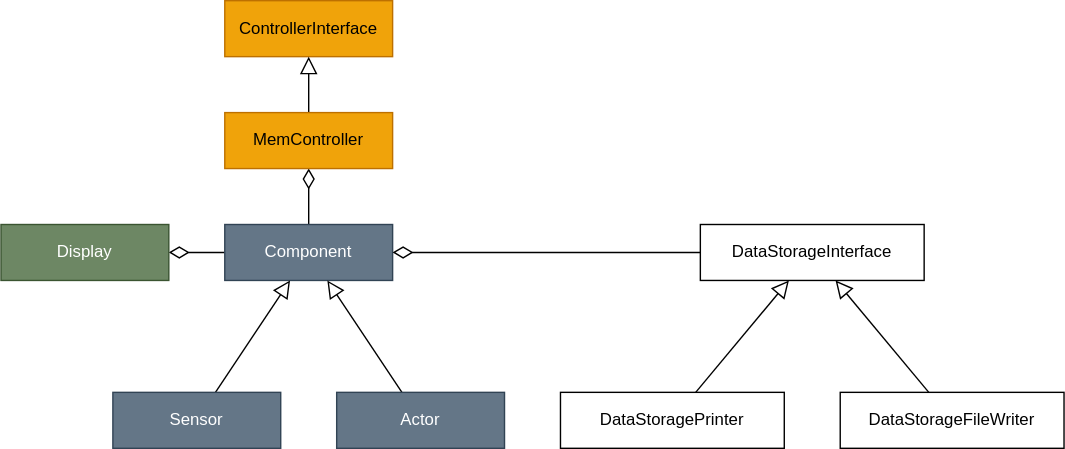
PBahner/LF17-Sensoranwendung keeps this draw.io diagram as mkdocs/docs/images/class_overview.svg. Above is the earlier version. Source tidied: cells renumbered, new cells last; positions are measured from the earlier drawing's top-left corner, leaving out a move shared by most shapes.
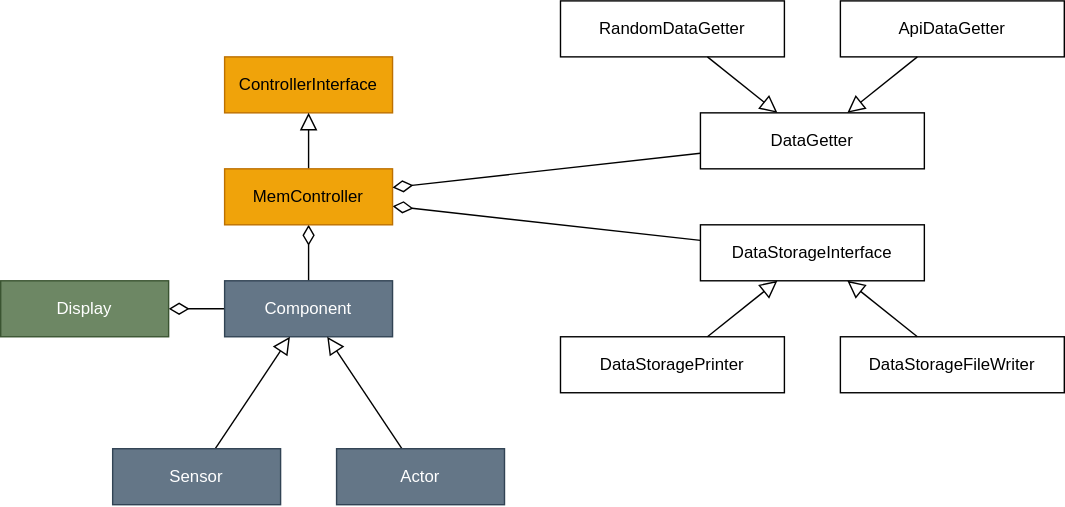
After the change.

Commit message:
specify programming task, fix class overview

Diff of the diagram source:
```diff
@@ -23,23 +23,23 @@
     <mxCell id="8" value="Actor" style="rounded=0;whiteSpace=wrap;html=1;fillColor=#647687;fontColor=#ffffff;strokeColor=#314354;" parent="1" vertex="1">
       <mxGeometry x="240" y="280" width="120" height="40" as="geometry" />
     </mxCell>
-    <mxCell id="9" style="edgeStyle=none;rounded=0;jettySize=auto;html=1;endArrow=diamondThin;endFill=0;startSize=10;endSize=12;strokeWidth=1;" parent="1" edge="1" source="10" target="4">
+    <mxCell id="9" style="edgeStyle=none;rounded=0;jettySize=auto;html=1;endArrow=diamondThin;endFill=0;startSize=10;endSize=12;strokeWidth=1;" parent="1" edge="1" source="10" target="18">
       <mxGeometry relative="1" as="geometry" />
     </mxCell>
     <mxCell id="10" value="DataStorageInterface" style="rounded=0;whiteSpace=wrap;html=1;fillColor=none;" parent="1" vertex="1">
-      <mxGeometry x="500" y="160" width="160" height="40" as="geometry" />
+      <mxGeometry x="500" y="120" width="160" height="40" as="geometry" />
     </mxCell>
     <mxCell id="11" style="edgeStyle=none;rounded=0;jettySize=auto;html=1;endArrow=block;endFill=0;endSize=10;" parent="1" edge="1" source="12" target="10">
       <mxGeometry relative="1" as="geometry" />
     </mxCell>
     <mxCell id="12" value="DataStoragePrinter" style="rounded=0;whiteSpace=wrap;html=1;fillColor=none;" parent="1" vertex="1">
-      <mxGeometry x="400" y="280" width="160" height="40" as="geometry" />
+      <mxGeometry x="400" y="200" width="160" height="40" as="geometry" />
     </mxCell>
     <mxCell id="13" style="edgeStyle=none;rounded=0;jettySize=auto;html=1;endArrow=block;endFill=0;endSize=10;" parent="1" edge="1" source="14" target="10">
       <mxGeometry relative="1" as="geometry" />
     </mxCell>
     <mxCell id="14" value="DataStorageFileWriter" style="rounded=0;whiteSpace=wrap;html=1;fillColor=none;" parent="1" vertex="1">
-      <mxGeometry x="600" y="280" width="160" height="40" as="geometry" />
+      <mxGeometry x="600" y="200" width="160" height="40" as="geometry" />
     </mxCell>
     <mxCell id="15" value="ControllerInterface" style="rounded=0;whiteSpace=wrap;html=1;fillColor=#f0a30a;fontColor=#000000;strokeColor=#BD7000;" parent="1" vertex="1">
       <mxGeometry x="160" width="120" height="40" as="geometry" />
@@ -53,5 +53,23 @@
     <mxCell id="18" value="MemController" style="rounded=0;whiteSpace=wrap;html=1;fillColor=#f0a30a;fontColor=#000000;strokeColor=#BD7000;" parent="1" vertex="1">
       <mxGeometry x="160" y="80" width="120" height="40" as="geometry" />
     </mxCell>
+    <mxCell id="19" style="edgeStyle=none;rounded=0;jettySize=auto;html=1;endArrow=diamondThin;endFill=0;endSize=12;" parent="1" edge="1" source="20" target="18">
+      <mxGeometry relative="1" as="geometry" />
+    </mxCell>
+    <mxCell id="20" value="DataGetter" style="rounded=0;whiteSpace=wrap;html=1;fillColor=none;" parent="1" vertex="1">
+      <mxGeometry x="500" y="40" width="160" height="40" as="geometry" />
+    </mxCell>
+    <mxCell id="21" style="edgeStyle=none;rounded=0;jettySize=auto;html=1;endArrow=block;endFill=0;endSize=10;" parent="1" edge="1" source="22" target="20">
+      <mxGeometry relative="1" as="geometry" />
+    </mxCell>
+    <mxCell id="22" value="RandomDataGetter" style="rounded=0;whiteSpace=wrap;html=1;fillColor=none;" parent="1" vertex="1">
+      <mxGeometry x="400" y="-40" width="160" height="40" as="geometry" />
+    </mxCell>
+    <mxCell id="23" style="rounded=0;jettySize=auto;html=1;endArrow=block;endFill=0;endSize=10;" parent="1" edge="1" source="24" target="20">
+      <mxGeometry relative="1" as="geometry" />
+    </mxCell>
+    <mxCell id="24" value="ApiDataGetter" style="rounded=0;whiteSpace=wrap;html=1;fillColor=none;" parent="1" vertex="1">
+      <mxGeometry x="600" y="-40" width="160" height="40" as="geometry" />
+    </mxCell>
   </root>
 </mxGraphModel>
```
